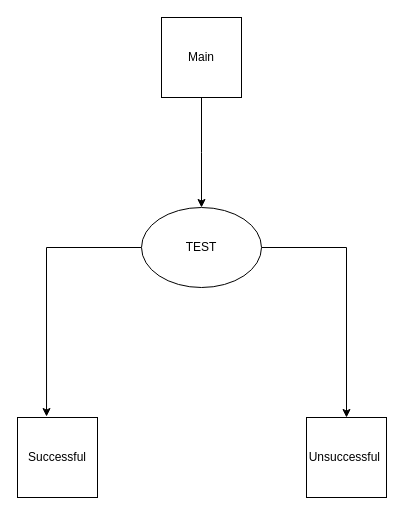
The draw.io diagram Untitled Diagram.drawio in abhinavrana101/Notes, before the edit. Source tidied: cells renumbered, new cells numbered last; positions are measured from the earlier drawing's top-left corner, leaving out a move shared by most shapes. Both pictures are drawn from the tidied source at 100%, with x=0, y=0 at pixel (17, 17).
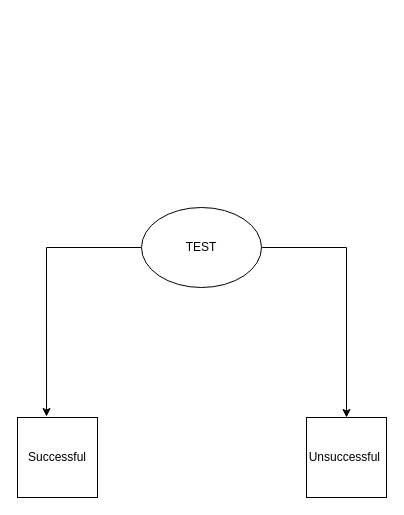
The same page after the edit.

Change to the diagram source:
```diff
@@
 <mxGraphModel>
   <root>
     <mxCell id="0" />
     <mxCell id="1" parent="0" />
     <mxCell id="2" style="edgeStyle=orthogonalEdgeStyle;rounded=0;jettySize=auto;html=1;entryX=0.363;entryY=-0.012;entryDx=0;entryDy=0;entryPerimeter=0;" parent="1" edge="1" source="4" target="5">
       <mxGeometry relative="1" as="geometry" />
     </mxCell>
     <mxCell id="3" style="edgeStyle=orthogonalEdgeStyle;rounded=0;jettySize=auto;html=1;exitX=1;exitY=0.5;exitDx=0;exitDy=0;entryX=0.5;entryY=0;entryDx=0;entryDy=0;" parent="1" edge="1" source="4" target="6">
       <mxGeometry relative="1" as="geometry" />
     </mxCell>
     <mxCell id="4" value="TEST" style="ellipse;whiteSpace=wrap;html=1;" parent="1" vertex="1">
       <mxGeometry x="124" y="190" width="120" height="80" as="geometry" />
     </mxCell>
     <mxCell id="5" value="Successful" style="whiteSpace=wrap;html=1;" parent="1" vertex="1">
       <mxGeometry y="400" width="80" height="80" as="geometry" />
     </mxCell>
     <mxCell id="6" value="Unsuccessful&amp;nbsp;" style="whiteSpace=wrap;html=1;" parent="1" vertex="1">
       <mxGeometry x="289" y="400" width="80" height="80" as="geometry" />
     </mxCell>
-    <mxCell id="7" style="edgeStyle=orthogonalEdgeStyle;rounded=0;jettySize=auto;html=1;exitX=0.5;exitY=1;exitDx=0;exitDy=0;" parent="1" edge="1" source="8">
-      <mxGeometry relative="1" as="geometry">
-        <mxPoint x="184" y="190" as="targetPoint" />
-      </mxGeometry>
-    </mxCell>
-    <mxCell id="8" value="Main" style="whiteSpace=wrap;html=1;" parent="1" vertex="1">
-      <mxGeometry x="144" width="80" height="80" as="geometry" />
-    </mxCell>
   </root>
 </mxGraphModel>
```
